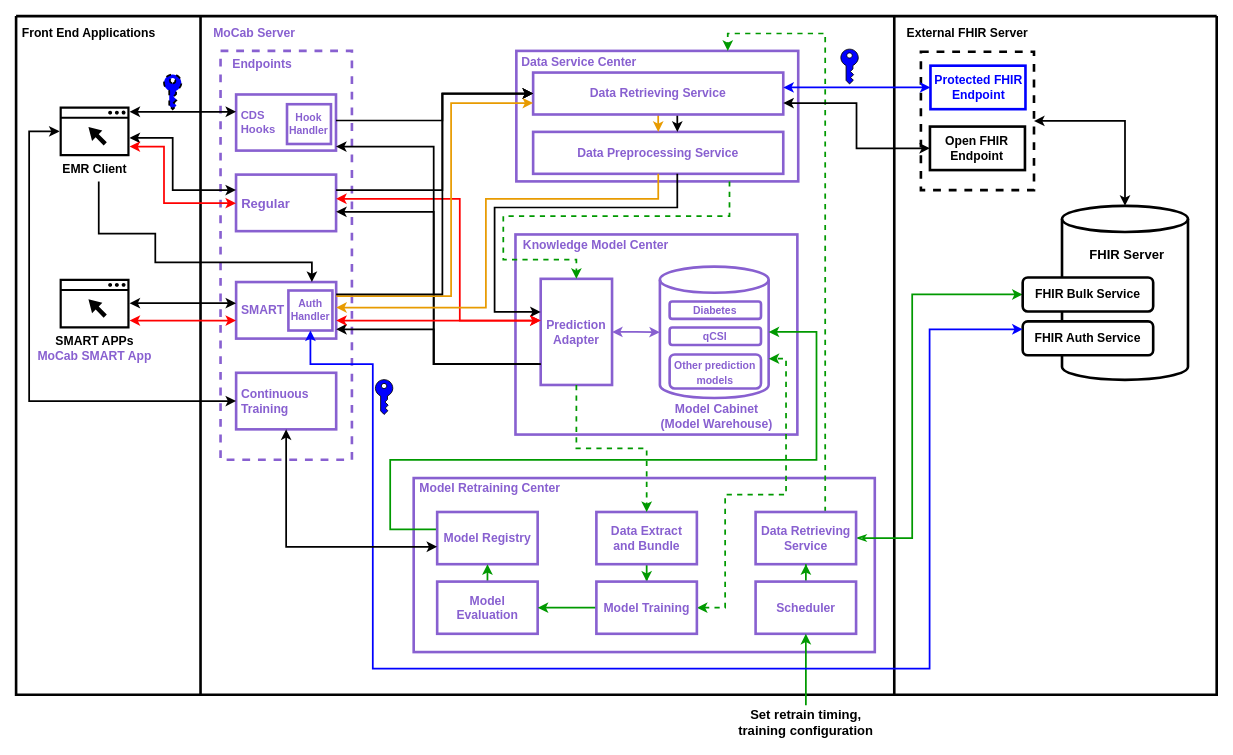
Above: Document/Mocab Architecture.drawio in billkuojhgf/Model-on-fhir (draw.io), before the change. Source tidied: cells renumbered, new cells numbered last; positions are measured from the earlier drawing's top-left corner, leaving out a move shared by most shapes. Both pictures are drawn from the tidied source at 87%, with x=0, y=0 at pixel (16, 16).
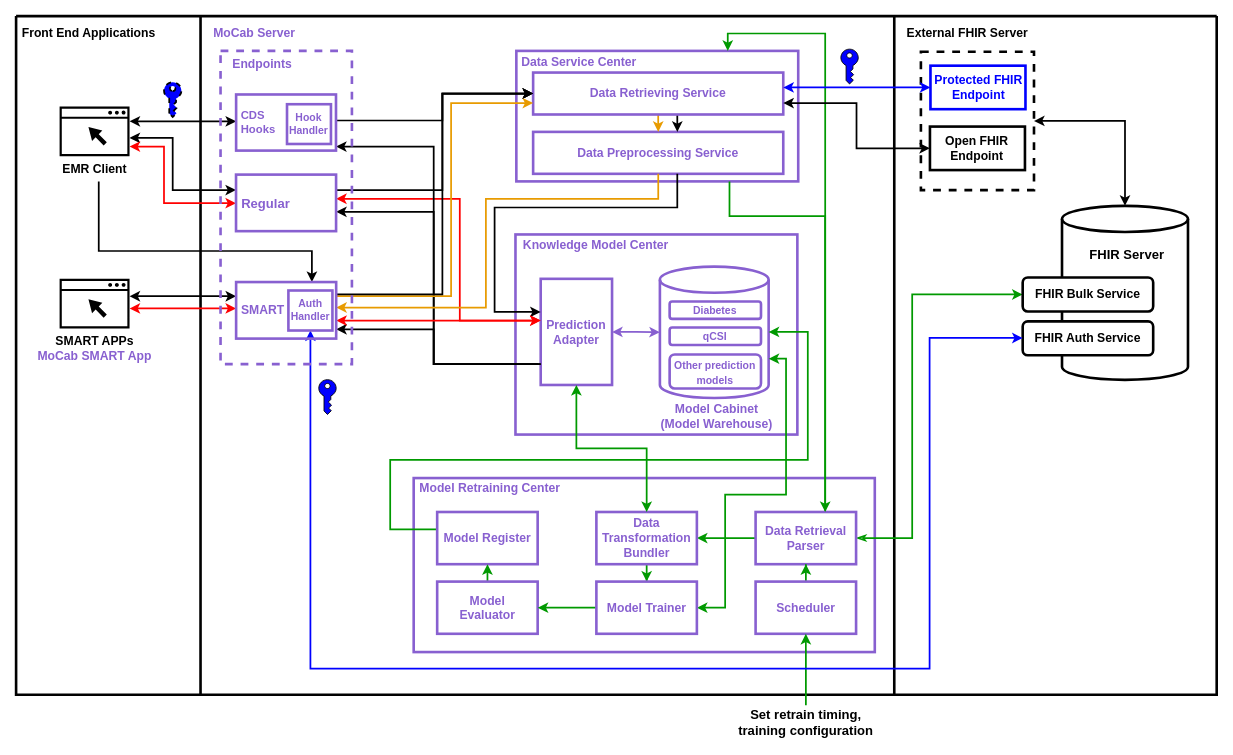
The same page after the edit.

Unchanged cells that the change refers to:
```xml
<mxCell id="12" value="z" style="swimlane;shadow=0;strokeColor=#000000;fillColor=#ffffff;fontColor=none;align=right;startSize=0;noLabel=1;strokeWidth=3;" parent="1" vertex="1">
  <mxGeometry width="1380" height="780" as="geometry" />
</mxCell>
<mxCell id="18" value="&lt;font style=&quot;font-size: 14px;&quot;&gt;&lt;b style=&quot;&quot;&gt;EMR Client&lt;/b&gt;&lt;/font&gt;" style="sketch=0;shadow=0;dashed=0;html=1;strokeColor=none;fillColor=#000000;labelPosition=center;verticalLabelPosition=bottom;verticalAlign=top;align=center;outlineConnect=0;shape=mxgraph.vvd.web_browser;" parent="12" vertex="1">
  <mxGeometry x="50" y="103.9" width="80.4" height="57.1" as="geometry" />
</mxCell>
<mxCell id="23" value="&lt;b&gt;&lt;font color=&quot;#8860d0&quot;&gt;Prediction Adapter&lt;/font&gt;&lt;/b&gt;" style="rounded=0;whiteSpace=wrap;html=1;fontSize=14;fontColor=#FF9933;strokeColor=#8860D0;strokeWidth=3;fillColor=none;" parent="21" vertex="1">
  <mxGeometry x="28" y="11" width="82" height="122" as="geometry" />
</mxCell>
<mxCell id="26" style="shape=cylinder3;whiteSpace=wrap;html=1;boundedLbl=1;backgroundOutline=1;size=15;fontColor=#FF9933;strokeColor=#8860D0;strokeWidth=3;fillColor=none;" parent="25" vertex="1">
  <mxGeometry width="125" height="151" as="geometry" />
</mxCell>
<mxCell id="32" style="rounded=0;whiteSpace=wrap;html=1;fontColor=#FF9933;strokeColor=#8860D0;strokeWidth=3;fillColor=none;" parent="31" vertex="1">
  <mxGeometry x="1" width="324" height="150" as="geometry" />
</mxCell>
<mxCell id="61" value="&lt;b&gt;&lt;font color=&quot;#000000&quot;&gt;FHIR Auth Service&lt;/font&gt;&lt;/b&gt;" style="rounded=1;whiteSpace=wrap;html=1;fontSize=14;fontColor=#E89B00;strokeColor=default;fillColor=#FFFFFF;strokeWidth=3;" parent="57" vertex="1">
  <mxGeometry y="132.8" width="150" height="39" as="geometry" />
</mxCell>
```

Change to the diagram source:
```diff
@@
-    <mxCell id="2" style="group;fontColor=#8860D0;fillColor=none;strokeColor=none;" parent="1" vertex="1">
-      <mxGeometry x="230" y="50" width="160" height="490" as="geometry" />
-    </mxCell>
-    <mxCell id="3" style="rounded=0;whiteSpace=wrap;html=1;fillColor=none;strokeWidth=3;strokeColor=#8860D0;dashed=1;fontColor=#8860D0;" parent="2" vertex="1">
-      <mxGeometry x="5" y="-10" width="151" height="470" as="geometry" />
-    </mxCell>
-    <mxCell id="4" value="&lt;font&gt;Endpoints&lt;/font&gt;" style="text;html=1;align=left;verticalAlign=middle;fontColor=#8860D0;shadow=0;dashed=0;strokeColor=none;fillColor=none;labelBackgroundColor=none;fontStyle=1;fontSize=14;spacingLeft=5;" parent="2" vertex="1">
-      <mxGeometry x="11.9" y="-7.5" width="102.2" height="25.1" as="geometry" />
-    </mxCell>
-    <mxCell id="5" value="&lt;font size=&quot;1&quot;&gt;&lt;b style=&quot;font-size: 15px;&quot;&gt;&amp;nbsp;Regular&lt;/b&gt;&lt;/font&gt;" style="rounded=0;whiteSpace=wrap;html=1;fillColor=none;strokeWidth=3;strokeColor=#8860D0;align=left;fontColor=#8860D0;" parent="2" vertex="1">
-      <mxGeometry x="22.8" y="132.2" width="115" height="65" as="geometry" />
-    </mxCell>
-    <mxCell id="6" value="&lt;b&gt;&lt;font style=&quot;font-size: 14px;&quot;&gt;&amp;nbsp;SMART&lt;/font&gt;&lt;/b&gt;" style="rounded=0;whiteSpace=wrap;html=1;fillColor=none;strokeWidth=3;strokeColor=#8860D0;align=left;fontColor=#8860D0;" parent="2" vertex="1">
-      <mxGeometry x="22.9" y="255.7" width="115" height="65" as="geometry" />
-    </mxCell>
-    <mxCell id="7" value="&lt;div style=&quot;&quot;&gt;&lt;b style=&quot;background-color: initial;&quot;&gt;Auth&lt;/b&gt;&lt;/div&gt;&lt;font style=&quot;font-size: 12px;&quot;&gt;&lt;div style=&quot;&quot;&gt;&lt;b style=&quot;background-color: initial;&quot;&gt;Handler&lt;/b&gt;&lt;/div&gt;&lt;/font&gt;" style="rounded=0;whiteSpace=wrap;html=1;fillColor=none;strokeWidth=3;strokeColor=#8860D0;align=center;fontColor=#8860D0;" parent="2" vertex="1">
-      <mxGeometry x="83" y="265.4" width="50.6" height="46" as="geometry" />
-    </mxCell>
-    <mxCell id="8" style="group;" parent="2" vertex="1">
-      <mxGeometry x="22.9" y="40.1" width="115" height="65" as="geometry" />
-    </mxCell>
-    <mxCell id="9" value="&lt;font size=&quot;1&quot;&gt;&lt;b style=&quot;font-size: 13px;&quot;&gt;&amp;nbsp;CDS &lt;br&gt;&lt;div style=&quot;&quot;&gt;&lt;b style=&quot;background-color: initial;&quot;&gt;&amp;nbsp;Hooks&lt;/b&gt;&lt;/div&gt;&lt;/b&gt;&lt;/font&gt;" style="rounded=0;whiteSpace=wrap;html=1;fillColor=none;strokeWidth=3;strokeColor=#8860D0;horizontal=1;verticalAlign=middle;align=left;fontColor=#8860D0;" parent="8" vertex="1">
-      <mxGeometry width="114.8" height="64.5" as="geometry" />
-    </mxCell>
-    <mxCell id="10" value="&lt;div style=&quot;&quot;&gt;&lt;b style=&quot;background-color: initial;&quot;&gt;Hook&lt;/b&gt;&lt;/div&gt;&lt;font style=&quot;font-size: 12px;&quot;&gt;&lt;div style=&quot;&quot;&gt;&lt;b style=&quot;background-color: initial;&quot;&gt;Handler&lt;/b&gt;&lt;/div&gt;&lt;/font&gt;" style="rounded=0;whiteSpace=wrap;html=1;fillColor=none;strokeWidth=3;strokeColor=#8860D0;align=center;fontColor=#8860D0;" parent="8" vertex="1">
-      <mxGeometry x="58.5" y="11.2" width="50.5" height="45.7" as="geometry" />
-    </mxCell>
-    <mxCell id="11" value="&lt;span style=&quot;font-size: 14px;&quot;&gt;&lt;b&gt;&amp;nbsp;Continuous&lt;br&gt;&amp;nbsp;Training&lt;br&gt;&lt;/b&gt;&lt;/span&gt;" style="rounded=0;whiteSpace=wrap;html=1;fillColor=none;strokeWidth=3;strokeColor=#8860D0;align=left;fontColor=#8860D0;" parent="2" vertex="1">
-      <mxGeometry x="22.9" y="360" width="115" height="65" as="geometry" />
-    </mxCell>
@@
     <mxCell id="40" style="edgeStyle=orthogonalEdgeStyle;rounded=0;jettySize=auto;html=1;fontSize=14;fontColor=#828B78;strokeWidth=2;strokeColor=#009900;" parent="12" edge="1" source="41" target="26">
       <mxGeometry relative="1" as="geometry">
         <Array as="points">
           <mxPoint x="430" y="590" />
           <mxPoint x="430" y="510" />
-          <mxPoint x="920" y="510" />
-          <mxPoint x="920" y="363" />
+          <mxPoint x="910" y="510" />
+          <mxPoint x="910" y="363" />
         </Array>
       </mxGeometry>
     </mxCell>
-    <mxCell id="41" value="&lt;font color=&quot;#8860d0&quot; size=&quot;1&quot; style=&quot;&quot;&gt;&lt;b style=&quot;font-size: 14px;&quot;&gt;Model Registry&lt;/b&gt;&lt;/font&gt;" style="rounded=0;whiteSpace=wrap;html=1;fontColor=#FF9933;strokeColor=#8860D0;strokeWidth=3;fillColor=none;" parent="12" vertex="1">
+    <mxCell id="41" value="&lt;font color=&quot;#8860d0&quot; size=&quot;1&quot; style=&quot;&quot;&gt;&lt;b style=&quot;font-size: 14px;&quot;&gt;Model Register&lt;/b&gt;&lt;/font&gt;" style="rounded=0;whiteSpace=wrap;html=1;fontColor=#FF9933;strokeColor=#8860D0;strokeWidth=3;fillColor=none;" parent="12" vertex="1">
       <mxGeometry x="484" y="570" width="115.5" height="60" as="geometry" />
     </mxCell>
@@
-    <mxCell id="43" value="&lt;font color=&quot;#8860d0&quot; style=&quot;font-size: 14px;&quot;&gt;&lt;b style=&quot;&quot;&gt;Model Evaluation&lt;/b&gt;&lt;/font&gt;" style="rounded=0;whiteSpace=wrap;html=1;fontColor=#FF9933;strokeColor=#8860D0;strokeWidth=3;fillColor=none;" parent="12" vertex="1">
+    <mxCell id="43" value="&lt;font color=&quot;#8860d0&quot; style=&quot;font-size: 14px;&quot;&gt;&lt;b style=&quot;&quot;&gt;Model&lt;br&gt;Evaluator&lt;/b&gt;&lt;/font&gt;" style="rounded=0;whiteSpace=wrap;html=1;fontColor=#FF9933;strokeColor=#8860D0;strokeWidth=3;fillColor=none;" parent="12" vertex="1">
       <mxGeometry x="484" y="650" width="115.5" height="60" as="geometry" />
     </mxCell>
@@
-    <mxCell id="45" style="edgeStyle=orthogonalEdgeStyle;rounded=0;jettySize=auto;html=1;entryX=0.75;entryY=0;entryDx=0;entryDy=0;strokeWidth=2;strokeColor=#009900;dashed=1;" parent="12" edge="1" source="46" target="32">
+    <mxCell id="45" style="edgeStyle=orthogonalEdgeStyle;rounded=0;jettySize=auto;html=1;entryX=0.75;entryY=0;entryDx=0;entryDy=0;strokeWidth=2;strokeColor=#009900;" parent="12" edge="1" source="46" target="32">
       <mxGeometry relative="1" as="geometry">
         <Array as="points">
           <mxPoint x="930" y="20" />
           <mxPoint x="818" y="20" />
         </Array>
       </mxGeometry>
     </mxCell>
+    <mxCell id="93" style="edgeStyle=orthogonalEdgeStyle;rounded=0;jettySize=auto;html=1;entryX=1;entryY=0.5;entryDx=0;entryDy=0;strokeColor=#009900;strokeWidth=2;" parent="12" edge="1" source="46" target="48">
+      <mxGeometry relative="1" as="geometry" />
+    </mxCell>
-    <mxCell id="46" value="&lt;font color=&quot;#8860d0&quot; size=&quot;1&quot; style=&quot;&quot;&gt;&lt;b style=&quot;font-size: 14px;&quot;&gt;Data Retrieving Service&lt;/b&gt;&lt;/font&gt;" style="rounded=0;whiteSpace=wrap;html=1;fontColor=#FF9933;strokeColor=#8860D0;strokeWidth=3;fillColor=none;" parent="12" vertex="1">
+    <mxCell id="46" value="&lt;font size=&quot;1&quot; color=&quot;#8860d0&quot;&gt;&lt;b style=&quot;font-size: 14px;&quot;&gt;Data Retrieval Parser&lt;/b&gt;&lt;/font&gt;" style="rounded=0;whiteSpace=wrap;html=1;fontColor=#FF9933;strokeColor=#8860D0;strokeWidth=3;fillColor=none;" parent="12" vertex="1">
       <mxGeometry x="850" y="570" width="115.5" height="60" as="geometry" />
     </mxCell>
@@
-    <mxCell id="48" value="&lt;font color=&quot;#8860d0&quot; size=&quot;1&quot; style=&quot;&quot;&gt;&lt;b style=&quot;font-size: 14px;&quot;&gt;Data Extract &lt;br&gt;and Bundle&lt;/b&gt;&lt;/font&gt;" style="rounded=0;whiteSpace=wrap;html=1;fontColor=#FF9933;strokeColor=#8860D0;strokeWidth=3;fillColor=none;" parent="12" vertex="1">
+    <mxCell id="48" value="&lt;font color=&quot;#8860d0&quot;&gt;&lt;span style=&quot;font-size: 14px;&quot;&gt;&lt;b&gt;Data Transformation Bundler&lt;/b&gt;&lt;/span&gt;&lt;/font&gt;" style="rounded=0;whiteSpace=wrap;html=1;fontColor=#FF9933;strokeColor=#8860D0;strokeWidth=3;fillColor=none;" parent="12" vertex="1">
       <mxGeometry x="667" y="570" width="115.5" height="60" as="geometry" />
     </mxCell>
@@
-    <mxCell id="50" style="edgeStyle=orthogonalEdgeStyle;rounded=0;jettySize=auto;html=1;exitX=1;exitY=0.5;exitDx=0;exitDy=0;entryX=1;entryY=0;entryDx=0;entryDy=105.75;entryPerimeter=0;strokeWidth=2;dashed=1;strokeColor=#009900;startArrow=classic;startFill=1;" parent="12" edge="1" source="51" target="26">
+    <mxCell id="50" style="edgeStyle=orthogonalEdgeStyle;rounded=0;jettySize=auto;html=1;exitX=1;exitY=0.5;exitDx=0;exitDy=0;entryX=1;entryY=0;entryDx=0;entryDy=105.75;entryPerimeter=0;strokeWidth=2;strokeColor=#009900;startArrow=classic;startFill=1;" parent="12" edge="1" source="51" target="26">
       <mxGeometry relative="1" as="geometry">
         <Array as="points">
           <mxPoint x="815" y="680" />
           <mxPoint x="815" y="550" />
           <mxPoint x="885" y="550" />
           <mxPoint x="885" y="394" />
         </Array>
       </mxGeometry>
     </mxCell>
-    <mxCell id="51" value="&lt;font color=&quot;#8860d0&quot; size=&quot;1&quot; style=&quot;&quot;&gt;&lt;b style=&quot;font-size: 14px;&quot;&gt;Model Training&lt;/b&gt;&lt;/font&gt;" style="rounded=0;whiteSpace=wrap;html=1;fontColor=#FF9933;strokeColor=#8860D0;strokeWidth=3;fillColor=none;" parent="12" vertex="1">
+    <mxCell id="51" value="&lt;font color=&quot;#8860d0&quot; size=&quot;1&quot; style=&quot;&quot;&gt;&lt;b style=&quot;font-size: 14px;&quot;&gt;Model Trainer&lt;/b&gt;&lt;/font&gt;" style="rounded=0;whiteSpace=wrap;html=1;fontColor=#FF9933;strokeColor=#8860D0;strokeWidth=3;fillColor=none;" parent="12" vertex="1">
       <mxGeometry x="667" y="650" width="115.5" height="60" as="geometry" />
     </mxCell>
@@
-    <mxCell id="54" style="sketch=0;shadow=0;dashed=0;html=1;strokeColor=default;labelPosition=center;verticalLabelPosition=bottom;verticalAlign=top;align=center;shape=mxgraph.office.security.key_permissions;fillColor=#0000FF;fontSize=12;fontColor=#E89B00;" parent="12" vertex="1">
-      <mxGeometry x="413" y="417.9" width="20" height="40" as="geometry" />
-    </mxCell>
@@
     <mxCell id="69" style="shadow=0;dashed=1;html=1;strokeColor=default;labelPosition=center;verticalLabelPosition=bottom;verticalAlign=top;align=center;shape=mxgraph.office.security.key_permissions;fillColor=#0000FF;fontSize=12;fontColor=#E89B00;gradientColor=none;fillStyle=auto;strokeWidth=2;perimeterSpacing=0;" parent="12" vertex="1">
-      <mxGeometry x="170" y="67" width="20" height="40" as="geometry" />
+      <mxGeometry x="170" y="76" width="20" height="40" as="geometry" />
     </mxCell>
     <mxCell id="70" style="edgeStyle=orthogonalEdgeStyle;rounded=0;orthogonalLoop=1;jettySize=auto;html=1;strokeColor=#FF0000;strokeWidth=2;fontColor=#8860D0;startArrow=classic;startFill=1;endArrow=classic;endFill=1;" parent="12" edge="1">
       <mxGeometry relative="1" as="geometry">
-        <mxPoint x="130.4" y="350" as="sourcePoint" />
-        <mxPoint x="252.9" y="350" as="targetPoint" />
+        <mxPoint x="130.4" y="336" as="sourcePoint" />
+        <mxPoint x="252.9" y="336" as="targetPoint" />
         <Array as="points">
-          <mxPoint x="190" y="350" />
-          <mxPoint x="190" y="350" />
+          <mxPoint x="190" y="336" />
+          <mxPoint x="190" y="336" />
         </Array>
       </mxGeometry>
     </mxCell>
-    <mxCell id="71" style="edgeStyle=orthogonalEdgeStyle;rounded=0;orthogonalLoop=1;jettySize=auto;html=1;strokeColor=#000000;strokeWidth=2;fontColor=#8860D0;startArrow=classic;startFill=1;endArrow=classic;endFill=1;" parent="12" edge="1">
-      <mxGeometry relative="1" as="geometry">
-        <mxPoint x="130.4" y="330" as="sourcePoint" />
-        <mxPoint x="252.9" y="330" as="targetPoint" />
-        <Array as="points">
-          <mxPoint x="230" y="330" />
-          <mxPoint x="230" y="330" />
-        </Array>
-      </mxGeometry>
-    </mxCell>
-    <mxCell id="72" style="edgeStyle=orthogonalEdgeStyle;rounded=0;jettySize=auto;html=1;strokeWidth=2;dashed=1;strokeColor=#009900;" parent="12" edge="1" source="32" target="23">
+    <mxCell id="72" style="edgeStyle=orthogonalEdgeStyle;rounded=0;jettySize=auto;html=1;strokeWidth=2;strokeColor=#009900;" parent="12" edge="1" source="32" target="46">
       <mxGeometry relative="1" as="geometry">
         <Array as="points">
           <mxPoint x="820" y="230" />
-          <mxPoint x="560" y="230" />
-          <mxPoint x="560" y="280" />
-          <mxPoint x="644" y="280" />
+          <mxPoint x="930" y="230" />
         </Array>
       </mxGeometry>
     </mxCell>
-    <mxCell id="73" style="edgeStyle=orthogonalEdgeStyle;rounded=0;jettySize=auto;html=1;strokeColor=#009900;dashed=1;strokeWidth=2;" parent="12" edge="1" source="23" target="48">
+    <mxCell id="73" style="edgeStyle=orthogonalEdgeStyle;rounded=0;jettySize=auto;html=1;strokeColor=#009900;strokeWidth=2;startArrow=classic;startFill=1;" parent="12" edge="1" source="23" target="48">
       <mxGeometry relative="1" as="geometry" />
     </mxCell>
@@
     <mxCell id="76" style="edgeStyle=orthogonalEdgeStyle;rounded=0;jettySize=auto;html=1;strokeColor=#0000FF;strokeWidth=2;fontColor=#8860D0;startArrow=classic;startFill=1;" parent="1" edge="1" source="7" target="61">
       <mxGeometry relative="1" as="geometry">
         <Array as="points">
-          <mxPoint x="338" y="400" />
-          <mxPoint x="410" y="400" />
-          <mxPoint x="410" y="750" />
+          <mxPoint x="338" y="750" />
           <mxPoint x="1050" y="750" />
-          <mxPoint x="1050" y="360" />
+          <mxPoint x="1050" y="370" />
         </Array>
       </mxGeometry>
     </mxCell>
@@
     <mxCell id="78" style="edgeStyle=orthogonalEdgeStyle;rounded=0;orthogonalLoop=1;jettySize=auto;html=1;strokeColor=#000000;strokeWidth=2;fontColor=#8860D0;startArrow=classic;startFill=1;endArrow=classic;endFill=1;" parent="1" edge="1">
       <mxGeometry relative="1" as="geometry">
-        <mxPoint x="130.4" y="110" as="sourcePoint" />
-        <mxPoint x="252.9" y="110" as="targetPoint" />
+        <mxPoint x="130.4" y="121" as="sourcePoint" />
+        <mxPoint x="252.9" y="121" as="targetPoint" />
         <Array as="points">
-          <mxPoint x="180" y="110" />
-          <mxPoint x="180" y="110" />
+          <mxPoint x="180" y="121" />
+          <mxPoint x="180" y="121" />
         </Array>
       </mxGeometry>
     </mxCell>
@@
     <mxCell id="80" style="edgeStyle=orthogonalEdgeStyle;rounded=0;jettySize=auto;html=1;strokeColor=#000000;strokeWidth=2;fontColor=#8860D0;startArrow=none;startFill=0;endArrow=classic;endFill=1;" parent="1" edge="1" target="6">
       <mxGeometry relative="1" as="geometry">
         <mxPoint x="95" y="190" as="sourcePoint" />
         <Array as="points">
-          <mxPoint x="95" y="250" />
-          <mxPoint x="160" y="250" />
-          <mxPoint x="160" y="283" />
-          <mxPoint x="340" y="283" />
+          <mxPoint x="95" y="270" />
+          <mxPoint x="340" y="270" />
         </Array>
       </mxGeometry>
     </mxCell>
@@
-    <mxCell id="91" style="edgeStyle=orthogonalEdgeStyle;rounded=0;jettySize=auto;html=1;entryX=0;entryY=0.5;entryDx=0;entryDy=0;strokeWidth=2;startArrow=classic;startFill=1;endArrow=classic;endFill=1;" parent="1" edge="1" source="18" target="11">
-      <mxGeometry relative="1" as="geometry">
-        <Array as="points">
-          <mxPoint x="15" y="132" />
-          <mxPoint x="15" y="443" />
-        </Array>
-      </mxGeometry>
-    </mxCell>
-    <mxCell id="92" style="edgeStyle=orthogonalEdgeStyle;rounded=0;jettySize=auto;html=1;strokeWidth=2;startArrow=classic;startFill=1;" parent="1" edge="1" source="11" target="41">
-      <mxGeometry relative="1" as="geometry">
-        <Array as="points">
-          <mxPoint x="311" y="610" />
-        </Array>
-      </mxGeometry>
-    </mxCell>
+    <mxCell id="71" style="edgeStyle=orthogonalEdgeStyle;rounded=0;orthogonalLoop=1;jettySize=auto;html=1;strokeColor=#000000;strokeWidth=2;fontColor=#8860D0;startArrow=classic;startFill=1;endArrow=classic;endFill=1;" parent="1" edge="1">
+      <mxGeometry relative="1" as="geometry">
+        <mxPoint x="130.4" y="322" as="sourcePoint" />
+        <mxPoint x="252.9" y="322" as="targetPoint" />
+        <Array as="points">
+          <mxPoint x="150" y="322" />
+          <mxPoint x="150" y="322" />
+        </Array>
+      </mxGeometry>
+    </mxCell>
+    <mxCell id="54" style="sketch=0;shadow=0;dashed=0;html=1;strokeColor=default;labelPosition=center;verticalLabelPosition=bottom;verticalAlign=top;align=center;shape=mxgraph.office.security.key_permissions;fillColor=#0000FF;fontSize=12;fontColor=#E89B00;" parent="1" vertex="1">
+      <mxGeometry x="347.9" y="417.9" width="20" height="40" as="geometry" />
+    </mxCell>
+    <mxCell id="94" style="group;" parent="1" vertex="1">
+      <mxGeometry x="235" y="40" width="151" height="360" as="geometry" />
+    </mxCell>
+    <mxCell id="3" style="rounded=0;whiteSpace=wrap;html=1;fillColor=none;strokeWidth=3;strokeColor=#8860D0;dashed=1;fontColor=#8860D0;" parent="94" vertex="1">
+      <mxGeometry width="151" height="360" as="geometry" />
+    </mxCell>
+    <mxCell id="4" value="&lt;font&gt;Endpoints&lt;/font&gt;" style="text;html=1;align=left;verticalAlign=middle;fontColor=#8860D0;shadow=0;dashed=0;strokeColor=none;fillColor=none;labelBackgroundColor=none;fontStyle=1;fontSize=14;spacingLeft=5;" parent="94" vertex="1">
+      <mxGeometry x="6.9" y="2.5" width="102.2" height="25.1" as="geometry" />
+    </mxCell>
+    <mxCell id="5" value="&lt;font size=&quot;1&quot;&gt;&lt;b style=&quot;font-size: 15px;&quot;&gt;&amp;nbsp;Regular&lt;/b&gt;&lt;/font&gt;" style="rounded=0;whiteSpace=wrap;html=1;fillColor=none;strokeWidth=3;strokeColor=#8860D0;align=left;fontColor=#8860D0;" parent="94" vertex="1">
+      <mxGeometry x="17.8" y="142.2" width="115" height="65" as="geometry" />
+    </mxCell>
+    <mxCell id="6" value="&lt;b&gt;&lt;font style=&quot;font-size: 14px;&quot;&gt;&amp;nbsp;SMART&lt;/font&gt;&lt;/b&gt;" style="rounded=0;whiteSpace=wrap;html=1;fillColor=none;strokeWidth=3;strokeColor=#8860D0;align=left;fontColor=#8860D0;" parent="94" vertex="1">
+      <mxGeometry x="17.9" y="265.7" width="115" height="65" as="geometry" />
+    </mxCell>
+    <mxCell id="7" value="&lt;div style=&quot;&quot;&gt;&lt;b style=&quot;background-color: initial;&quot;&gt;Auth&lt;/b&gt;&lt;/div&gt;&lt;font style=&quot;font-size: 12px;&quot;&gt;&lt;div style=&quot;&quot;&gt;&lt;b style=&quot;background-color: initial;&quot;&gt;Handler&lt;/b&gt;&lt;/div&gt;&lt;/font&gt;" style="rounded=0;whiteSpace=wrap;html=1;fillColor=none;strokeWidth=3;strokeColor=#8860D0;align=center;fontColor=#8860D0;" parent="94" vertex="1">
+      <mxGeometry x="78" y="275.4" width="50.6" height="46" as="geometry" />
+    </mxCell>
+    <mxCell id="8" style="group;" parent="94" vertex="1">
+      <mxGeometry x="17.9" y="50.1" width="115" height="65" as="geometry" />
+    </mxCell>
+    <mxCell id="9" value="&lt;font size=&quot;1&quot;&gt;&lt;b style=&quot;font-size: 13px;&quot;&gt;&amp;nbsp;CDS &lt;br&gt;&lt;div style=&quot;&quot;&gt;&lt;b style=&quot;background-color: initial;&quot;&gt;&amp;nbsp;Hooks&lt;/b&gt;&lt;/div&gt;&lt;/b&gt;&lt;/font&gt;" style="rounded=0;whiteSpace=wrap;html=1;fillColor=none;strokeWidth=3;strokeColor=#8860D0;horizontal=1;verticalAlign=middle;align=left;fontColor=#8860D0;" parent="8" vertex="1">
+      <mxGeometry width="114.8" height="64.5" as="geometry" />
+    </mxCell>
+    <mxCell id="10" value="&lt;div style=&quot;&quot;&gt;&lt;b style=&quot;background-color: initial;&quot;&gt;Hook&lt;/b&gt;&lt;/div&gt;&lt;font style=&quot;font-size: 12px;&quot;&gt;&lt;div style=&quot;&quot;&gt;&lt;b style=&quot;background-color: initial;&quot;&gt;Handler&lt;/b&gt;&lt;/div&gt;&lt;/font&gt;" style="rounded=0;whiteSpace=wrap;html=1;fillColor=none;strokeWidth=3;strokeColor=#8860D0;align=center;fontColor=#8860D0;" parent="8" vertex="1">
+      <mxGeometry x="58.5" y="11.2" width="50.5" height="45.7" as="geometry" />
+    </mxCell>
```
